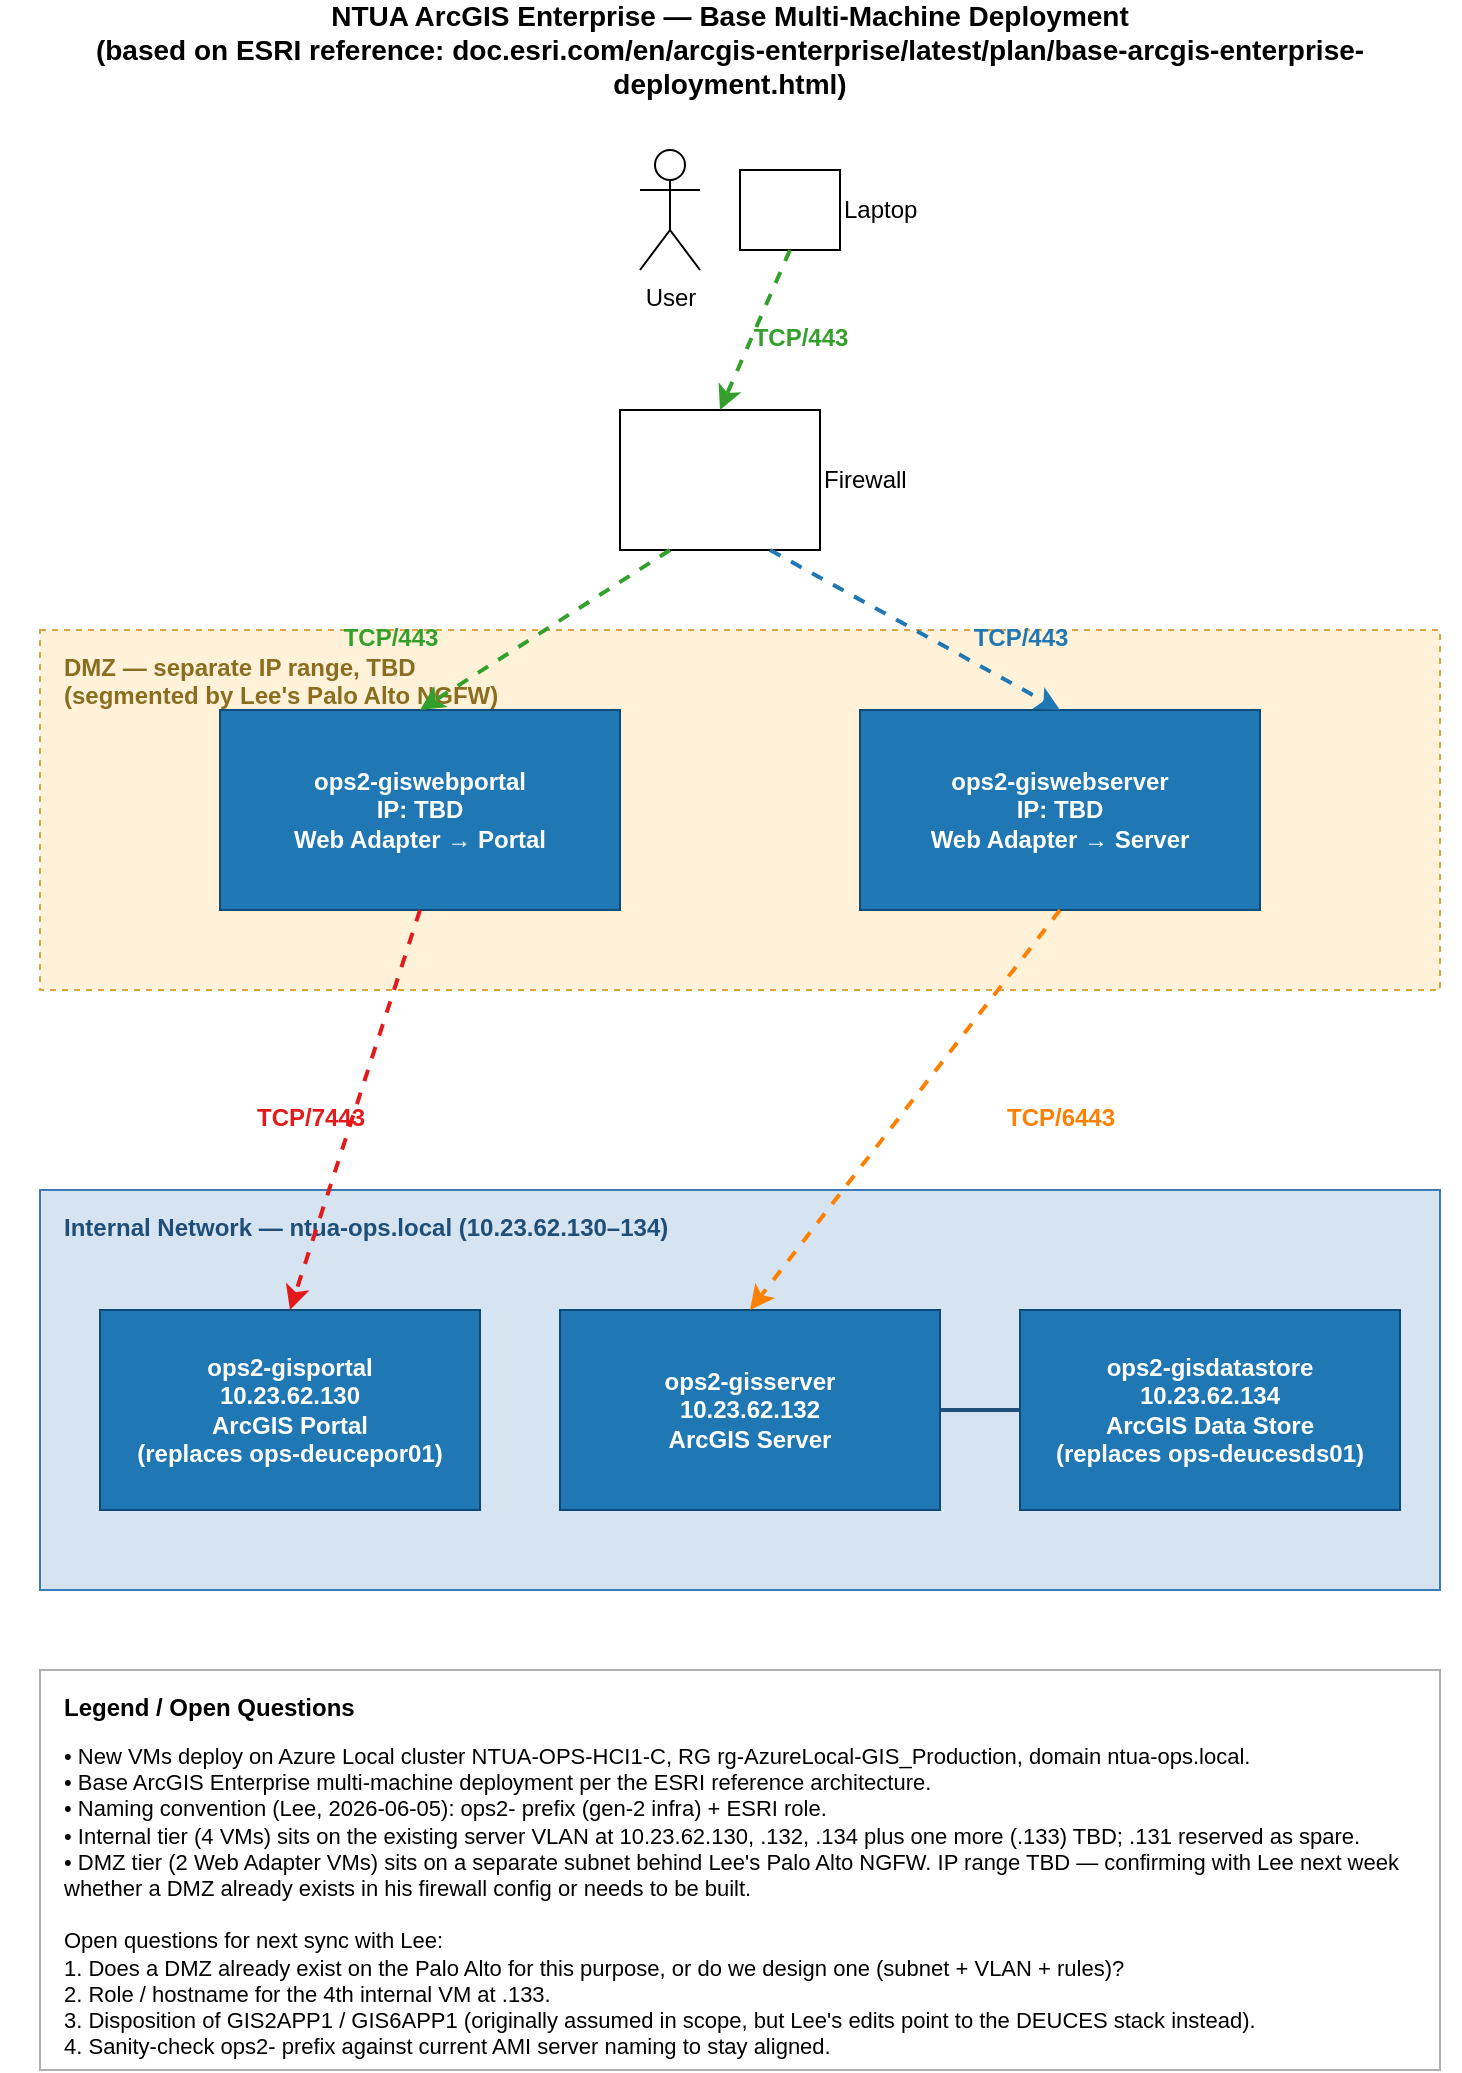
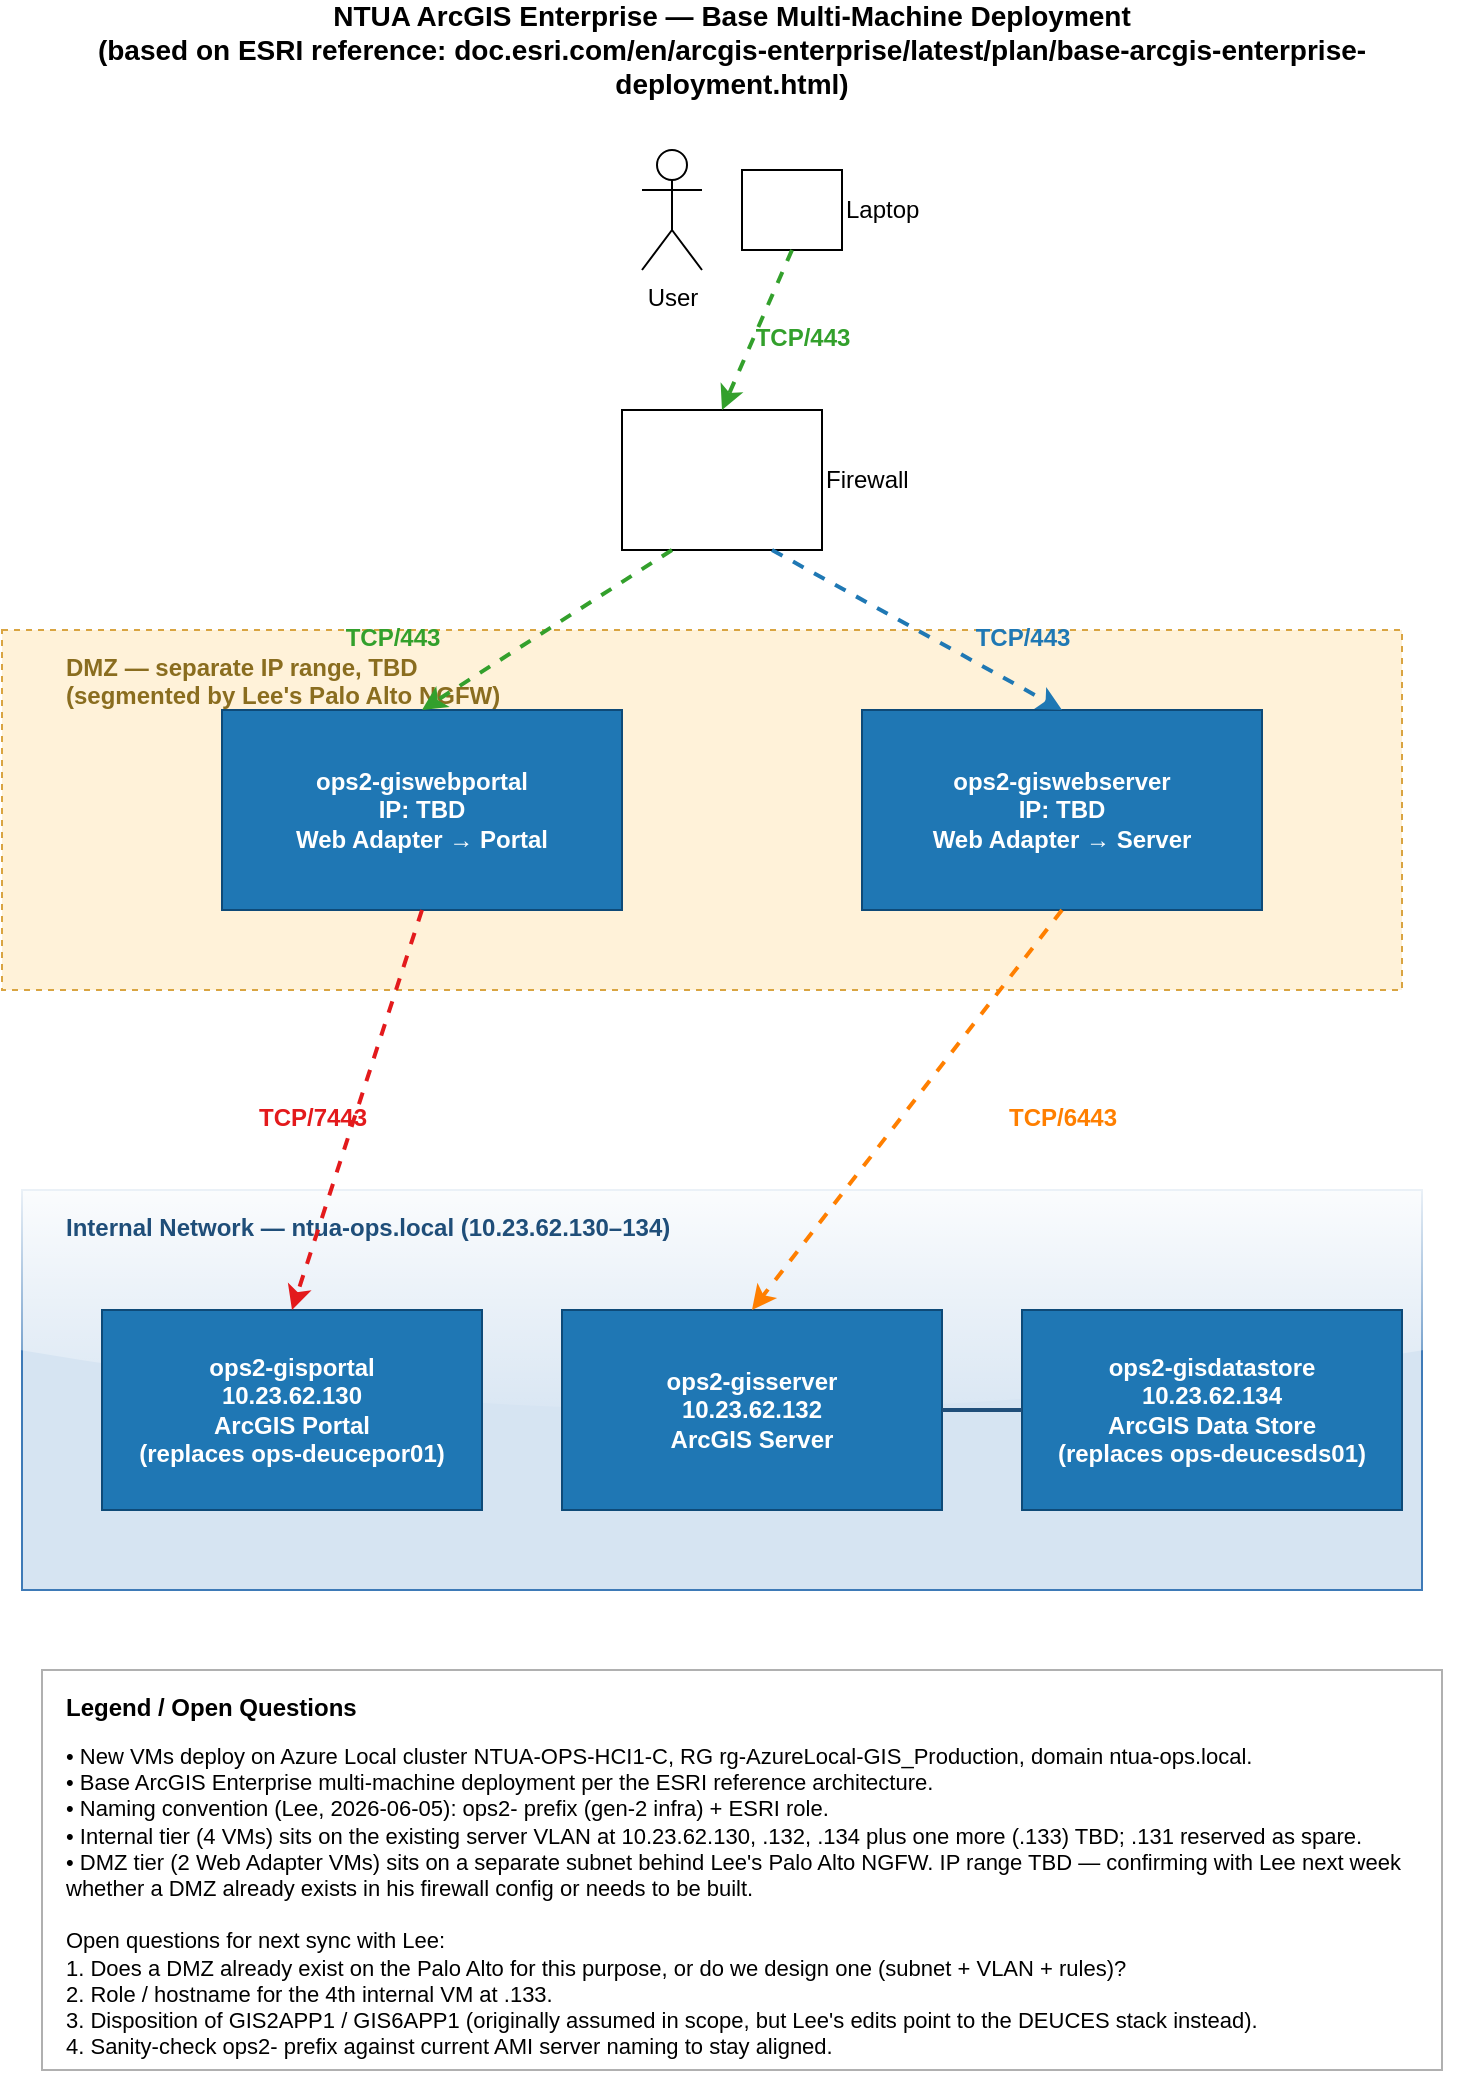
<mxfile host="65bd71144e">
    <diagram name="ArcGIS Enterprise — NTUA" id="ntua-arcgis-v1">
-         <mxGraphModel dx="961" dy="844" grid="1" gridSize="10" guides="1" tooltips="1" connect="1" arrows="1" fold="1" page="1" pageScale="1" pageWidth="850" pageHeight="1100" math="0" shadow="0">
+         <mxGraphModel dx="626" dy="292" grid="1" gridSize="10" guides="1" tooltips="1" connect="1" arrows="1" fold="1" page="1" pageScale="1" pageWidth="850" pageHeight="1100" math="0" shadow="0">
            <root>
                <mxCell id="0"/>
                <mxCell id="1" parent="0"/>
                <mxCell id="title" value="NTUA ArcGIS Enterprise — Base Multi-Machine Deployment&#xa;(based on ESRI reference: doc.esri.com/en/arcgis-enterprise/latest/plan/base-arcgis-enterprise-deployment.html)" style="text;html=1;align=center;verticalAlign=middle;whiteSpace=wrap;fontSize=14;fontStyle=1;" parent="1" vertex="1">
                    <mxGeometry x="60" y="20" width="730" height="40" as="geometry"/>
                </mxCell>
                <mxCell id="user" value="User" style="shape=umlActor;verticalLabelPosition=bottom;labelPosition=center;verticalAlign=top;html=1;outlineConnect=0;" parent="1" vertex="1">
                    <mxGeometry x="380" y="90" width="30" height="60" as="geometry"/>
                </mxCell>
                <mxCell id="laptop" value="Laptop" style="shape=mscae/Laptop;html=1;labelPosition=right;align=left;verticalAlign=middle;" parent="1" vertex="1">
                    <mxGeometry x="430" y="100" width="50" height="40" as="geometry"/>
                </mxCell>
                <mxCell id="fw" value="Firewall" style="shape=mscae/Firewall;html=1;labelPosition=right;align=left;verticalAlign=middle;" parent="1" vertex="1">
                    <mxGeometry x="370" y="220" width="100" height="70" as="geometry"/>
                </mxCell>
                <mxCell id="e-user-fw" style="endArrow=classic;html=1;dashed=1;strokeColor=#33A02C;strokeWidth=2;fontColor=#33A02C;exitX=0.5;exitY=1;exitDx=0;exitDy=0;entryX=0.5;entryY=0;entryDx=0;entryDy=0;" parent="1" source="laptop" target="fw" edge="1">
                    <mxGeometry relative="1" as="geometry"/>
                </mxCell>
                <mxCell id="l-user-fw" value="TCP/443" style="text;html=1;align=center;fontColor=#33A02C;fontStyle=1;" parent="1" vertex="1">
                    <mxGeometry x="430" y="170" width="60" height="20" as="geometry"/>
                </mxCell>
                <mxCell id="dmz-bg" value="" style="rounded=0;whiteSpace=wrap;html=1;fillColor=#FFF2D9;strokeColor=#D9A441;dashed=1;" parent="1" vertex="1">
-                     <mxGeometry x="80" y="330" width="700" height="180" as="geometry"/>
+                     <mxGeometry x="60" y="330" width="700" height="180" as="geometry"/>
                </mxCell>
                <mxCell id="dmz-lbl" value="DMZ — separate IP range, TBD&#xa;(segmented by Lee&#39;s Palo Alto NGFW)" style="text;html=1;align=left;fontStyle=1;fontColor=#8A6D1F;" parent="1" vertex="1">
                    <mxGeometry x="90" y="335" width="360" height="30" as="geometry"/>
                </mxCell>
                <mxCell id="web-gis" value="ops2-giswebportal&#xa;IP: TBD&#xa;Web Adapter → Portal" style="rounded=0;whiteSpace=wrap;html=1;fillColor=#1F77B4;strokeColor=#0E4A78;fontColor=#FFFFFF;fontStyle=1;" parent="1" vertex="1">
                    <mxGeometry x="170" y="370" width="200" height="100" as="geometry"/>
                </mxCell>
                <mxCell id="web-deuce" value="ops2-giswebserver&#xa;IP: TBD&#xa;Web Adapter → Server" style="rounded=0;whiteSpace=wrap;html=1;fillColor=#1F77B4;strokeColor=#0E4A78;fontColor=#FFFFFF;fontStyle=1;" parent="1" vertex="1">
                    <mxGeometry x="490" y="370" width="200" height="100" as="geometry"/>
                </mxCell>
                <mxCell id="e-fw-web1" style="endArrow=classic;html=1;dashed=1;strokeColor=#33A02C;strokeWidth=2;fontColor=#33A02C;exitX=0.25;exitY=1;exitDx=0;exitDy=0;entryX=0.5;entryY=0;entryDx=0;entryDy=0;" parent="1" source="fw" target="web-gis" edge="1">
                    <mxGeometry relative="1" as="geometry"/>
                </mxCell>
                <mxCell id="e-fw-web2" style="endArrow=classic;html=1;dashed=1;strokeColor=#1F78B4;strokeWidth=2;fontColor=#1F78B4;exitX=0.75;exitY=1;exitDx=0;exitDy=0;entryX=0.5;entryY=0;entryDx=0;entryDy=0;" parent="1" source="fw" target="web-deuce" edge="1">
                    <mxGeometry relative="1" as="geometry"/>
                </mxCell>
                <mxCell id="l-fw-web1" value="TCP/443" style="text;html=1;align=center;fontColor=#33A02C;fontStyle=1;" parent="1" vertex="1">
                    <mxGeometry x="225" y="320" width="60" height="20" as="geometry"/>
                </mxCell>
                <mxCell id="l-fw-web2" value="TCP/443" style="text;html=1;align=center;fontColor=#1F78B4;fontStyle=1;" parent="1" vertex="1">
                    <mxGeometry x="540" y="320" width="60" height="20" as="geometry"/>
                </mxCell>
-                 <mxCell id="int-bg" value="" style="rounded=0;whiteSpace=wrap;html=1;fillColor=#D6E4F2;strokeColor=#3E7AB7;dashed=0;" parent="1" vertex="1">
-                     <mxGeometry x="80" y="610" width="700" height="200" as="geometry"/>
+                 <mxCell id="int-bg" value="" style="rounded=0;whiteSpace=wrap;html=1;fillColor=#D6E4F2;strokeColor=#3E7AB7;dashed=0;glass=1;" parent="1" vertex="1">
+                     <mxGeometry x="70" y="610" width="700" height="200" as="geometry"/>
                </mxCell>
                <mxCell id="int-lbl" value="Internal Network — ntua-ops.local (10.23.62.130–134)" style="text;html=1;align=left;fontStyle=1;fontColor=#1F4E79;" parent="1" vertex="1">
                    <mxGeometry x="90" y="615" width="400" height="20" as="geometry"/>
                </mxCell>
                <mxCell id="portal" value="ops2-gisportal&#xa;10.23.62.130&#xa;ArcGIS Portal&#xa;(replaces ops-deucepor01)" style="rounded=0;whiteSpace=wrap;html=1;fillColor=#1F77B4;strokeColor=#0E4A78;fontColor=#FFFFFF;fontStyle=1;" parent="1" vertex="1">
                    <mxGeometry x="110" y="670" width="190" height="100" as="geometry"/>
                </mxCell>
                <mxCell id="server" value="ops2-gisserver&#xa;10.23.62.132&#xa;ArcGIS Server" style="rounded=0;whiteSpace=wrap;html=1;fillColor=#1F77B4;strokeColor=#0E4A78;fontColor=#FFFFFF;fontStyle=1;" parent="1" vertex="1">
                    <mxGeometry x="340" y="670" width="190" height="100" as="geometry"/>
                </mxCell>
                <mxCell id="datastore" value="ops2-gisdatastore&#xa;10.23.62.134&#xa;ArcGIS Data Store&#xa;(replaces ops-deucesds01)" style="rounded=0;whiteSpace=wrap;html=1;fillColor=#1F77B4;strokeColor=#0E4A78;fontColor=#FFFFFF;fontStyle=1;" parent="1" vertex="1">
                    <mxGeometry x="570" y="670" width="190" height="100" as="geometry"/>
                </mxCell>
                <mxCell id="e-web1-portal" style="endArrow=classic;html=1;dashed=1;strokeColor=#E31A1C;strokeWidth=2;fontColor=#E31A1C;exitX=0.5;exitY=1;exitDx=0;exitDy=0;entryX=0.5;entryY=0;entryDx=0;entryDy=0;" parent="1" source="web-gis" target="portal" edge="1">
                    <mxGeometry relative="1" as="geometry"/>
                </mxCell>
                <mxCell id="l-web1-portal" value="TCP/7443" style="text;html=1;align=center;fontColor=#E31A1C;fontStyle=1;" parent="1" vertex="1">
                    <mxGeometry x="180" y="560" width="70" height="20" as="geometry"/>
                </mxCell>
                <mxCell id="e-web2-server" style="endArrow=classic;html=1;dashed=1;strokeColor=#FF7F00;strokeWidth=2;fontColor=#FF7F00;exitX=0.5;exitY=1;exitDx=0;exitDy=0;entryX=0.5;entryY=0;entryDx=0;entryDy=0;" parent="1" source="web-deuce" target="server" edge="1">
                    <mxGeometry relative="1" as="geometry"/>
                </mxCell>
                <mxCell id="l-web2-server" value="TCP/6443" style="text;html=1;align=center;fontColor=#FF7F00;fontStyle=1;" parent="1" vertex="1">
                    <mxGeometry x="555" y="560" width="70" height="20" as="geometry"/>
                </mxCell>
                <mxCell id="e-server-ds" style="endArrow=none;html=1;strokeColor=#1F4E79;strokeWidth=2;exitX=1;exitY=0.5;exitDx=0;exitDy=0;entryX=0;entryY=0.5;entryDx=0;entryDy=0;" parent="1" source="server" target="datastore" edge="1">
                    <mxGeometry relative="1" as="geometry"/>
                </mxCell>
                <mxCell id="legend-bg" value="" style="rounded=0;whiteSpace=wrap;html=1;fillColor=#FFFFFF;strokeColor=#B0B0B0;dashed=0;" parent="1" vertex="1">
                    <mxGeometry x="80" y="850" width="700" height="200" as="geometry"/>
                </mxCell>
                <mxCell id="legend-title" value="Legend / Open Questions" style="text;html=1;align=left;fontStyle=1;fontSize=12;" parent="1" vertex="1">
                    <mxGeometry x="90" y="855" width="300" height="20" as="geometry"/>
                </mxCell>
                <mxCell id="legend-body" value="• New VMs deploy on Azure Local cluster NTUA-OPS-HCI1-C, RG rg-AzureLocal-GIS_Production, domain ntua-ops.local.&#xa;• Base ArcGIS Enterprise multi-machine deployment per the ESRI reference architecture.&#xa;• Naming convention (Lee, 2026-06-05): ops2- prefix (gen-2 infra) + ESRI role.&#xa;• Internal tier (4 VMs) sits on the existing server VLAN at 10.23.62.130, .132, .134 plus one more (.133) TBD; .131 reserved as spare.&#xa;• DMZ tier (2 Web Adapter VMs) sits on a separate subnet behind Lee&#39;s Palo Alto NGFW. IP range TBD — confirming with Lee next week whether a DMZ already exists in his firewall config or needs to be built.&#xa;&#xa;Open questions for next sync with Lee:&#xa; 1. Does a DMZ already exist on the Palo Alto for this purpose, or do we design one (subnet + VLAN + rules)?&#xa; 2. Role / hostname for the 4th internal VM at .133.&#xa; 3. Disposition of GIS2APP1 / GIS6APP1 (originally assumed in scope, but Lee&#39;s edits point to the DEUCES stack instead).&#xa; 4. Sanity-check ops2- prefix against current AMI server naming to stay aligned." style="text;html=1;align=left;verticalAlign=top;whiteSpace=wrap;fontSize=11;" parent="1" vertex="1">
                    <mxGeometry x="90" y="880" width="680" height="170" as="geometry"/>
                </mxCell>
            </root>
        </mxGraphModel>
    </diagram>
</mxfile>